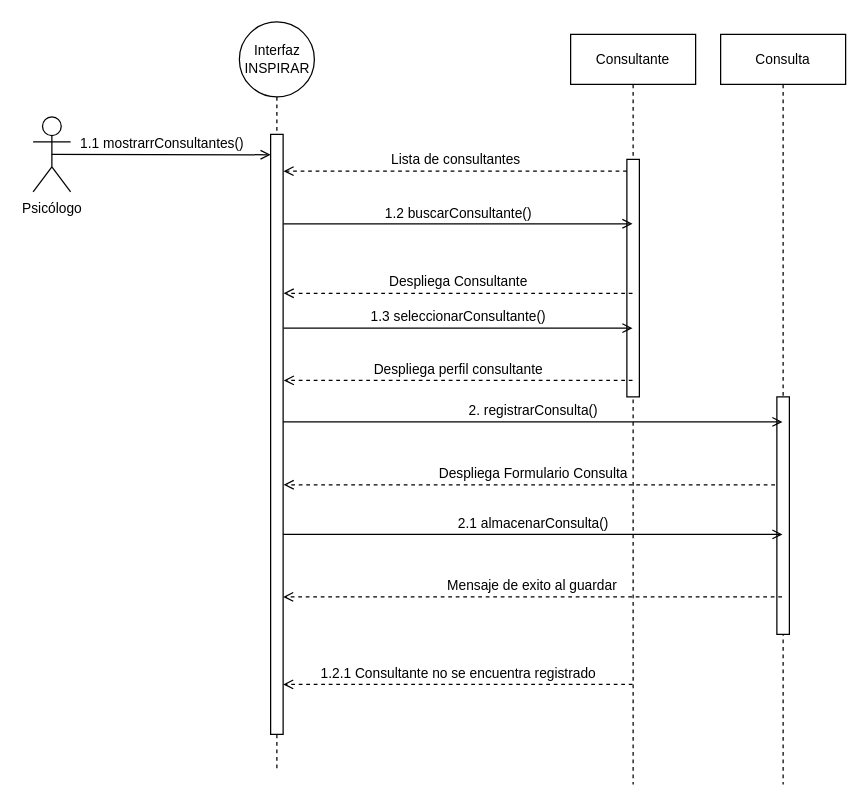
Before: page "D. Secuencia 1" (10 of 11) of Diagramas/Untitled Diagram.drawio in barloff2/Diagramas, a draw.io diagram. Source tidied: cells renumbered, new cells numbered last; positions are measured from the earlier drawing's top-left corner, leaving out a move shared by most shapes. Both pictures are drawn from the tidied source at 125%, with x=0, y=0 at pixel (32, 21).
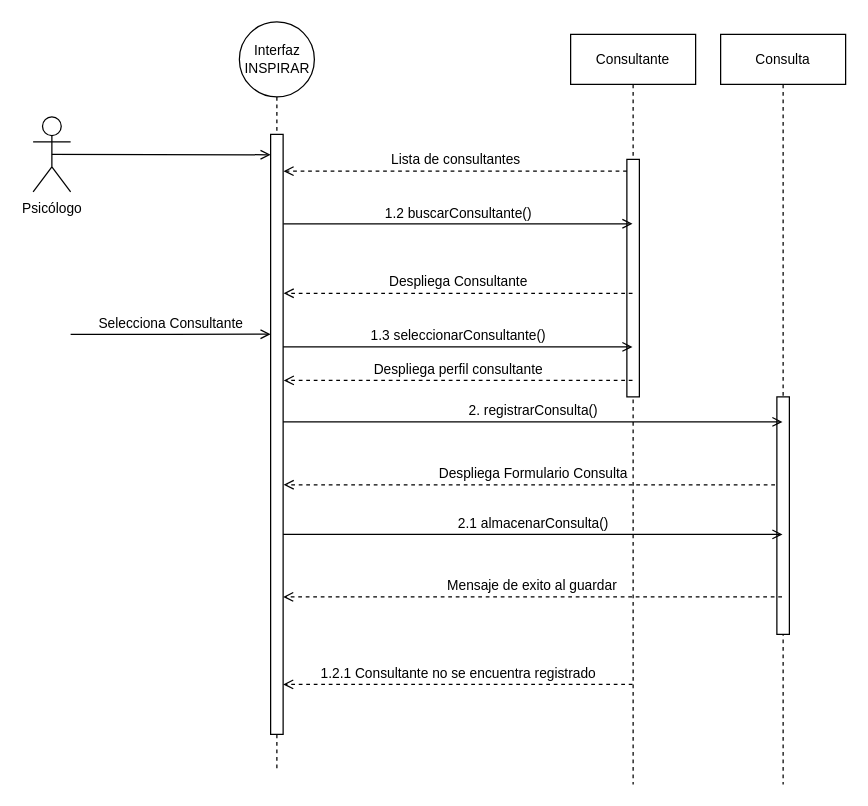
The same page after the edit.

Unchanged cells that the change refers to:
```xml
<mxCell id="2" value="Psicólogo" style="shape=umlActor;verticalLabelPosition=bottom;verticalAlign=top;html=1;outlineConnect=0;labelBackgroundColor=none;fontSize=11;" parent="1" vertex="1">
  <mxGeometry y="76" width="30" height="60" as="geometry" />
</mxCell>
<mxCell id="3" value="Consultante" style="shape=umlLifeline;perimeter=lifelinePerimeter;whiteSpace=wrap;html=1;outlineConnect=0;labelBackgroundColor=none;fontSize=11;rounded=0;" parent="1" vertex="1">
  <mxGeometry x="430" y="10" width="100" height="600" as="geometry" />
</mxCell>
<mxCell id="8" style="html=1;points=[];perimeter=orthogonalPerimeter;labelBackgroundColor=none;fontSize=11;" parent="5" vertex="1">
  <mxGeometry x="20" y="80" width="10" height="480" as="geometry" />
</mxCell>
```

The edit, as a diff of the source:
```diff
@@
-    <mxCell id="9" value="1.1 mostrarrConsultantes()" style="html=1;verticalAlign=bottom;labelBackgroundColor=none;endArrow=open;endFill=0;rounded=0;fontSize=11;exitX=0.5;exitY=0.5;exitDx=0;exitDy=0;exitPerimeter=0;entryX=0;entryY=0.034;entryDx=0;entryDy=0;entryPerimeter=0;" parent="1" edge="1" source="2" target="8">
+    <mxCell id="9" style="html=1;verticalAlign=bottom;labelBackgroundColor=none;endArrow=open;endFill=0;rounded=0;fontSize=11;exitX=0.5;exitY=0.5;exitDx=0;exitDy=0;exitPerimeter=0;entryX=0;entryY=0.034;entryDx=0;entryDy=0;entryPerimeter=0;" parent="1" edge="1" source="2" target="8">
       <mxGeometry relative="1" as="geometry" />
     </mxCell>
@@
-    <mxCell id="15" value="1.3 seleccionarConsultante()" style="html=1;verticalAlign=bottom;labelBackgroundColor=none;endArrow=open;endFill=0;rounded=0;fontSize=11;exitX=1.027;exitY=0.49;exitDx=0;exitDy=0;exitPerimeter=0;" parent="1" edge="1" target="3">
+    <mxCell id="15" value="Selecciona Consultante" style="html=1;verticalAlign=bottom;labelBackgroundColor=none;endArrow=open;endFill=0;rounded=0;fontSize=11;entryX=0;entryY=0.333;entryDx=0;entryDy=0;entryPerimeter=0;" parent="1" edge="1" target="8">
       <mxGeometry relative="1" as="geometry">
-        <mxPoint x="200.3" y="245" as="sourcePoint" />
+        <mxPoint x="30" y="250" as="sourcePoint" />
+        <Array as="points">
+          <mxPoint x="110" y="250" />
+        </Array>
       </mxGeometry>
     </mxCell>
@@
+    <mxCell id="22" value="1.3 seleccionarConsultante()" style="html=1;verticalAlign=bottom;labelBackgroundColor=none;endArrow=open;endFill=0;rounded=0;fontSize=11;" parent="1" edge="1" source="8" target="3">
+      <mxGeometry relative="1" as="geometry">
+        <Array as="points">
+          <mxPoint x="284" y="260" />
+        </Array>
+      </mxGeometry>
+    </mxCell>
```
